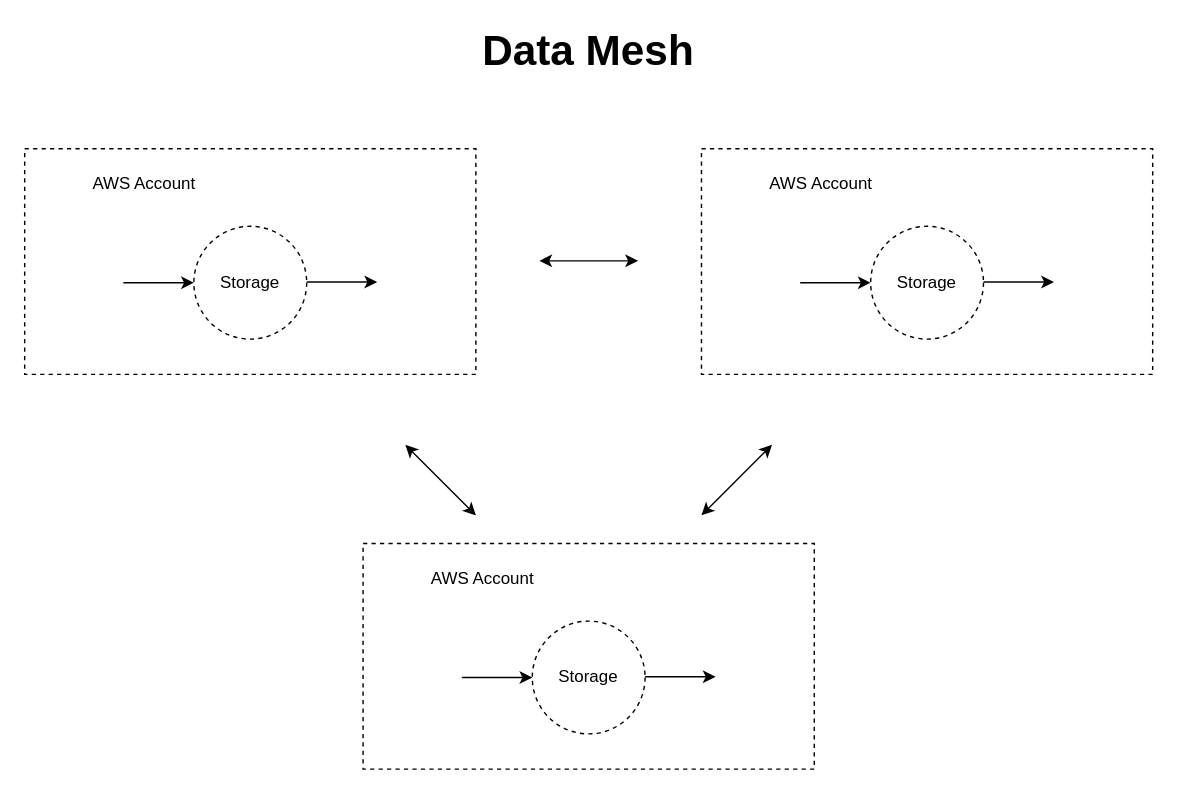
Adam6789/diagrams keeps this draw.io diagram as data_mesh.drawio. Above is the earlier version. Source tidied: cells renumbered, new cells numbered last; positions are measured from the earlier drawing's top-left corner, leaving out a move shared by most shapes. Both pictures are drawn from the tidied source at 141%, with x=0, y=0 at pixel (24, 35).
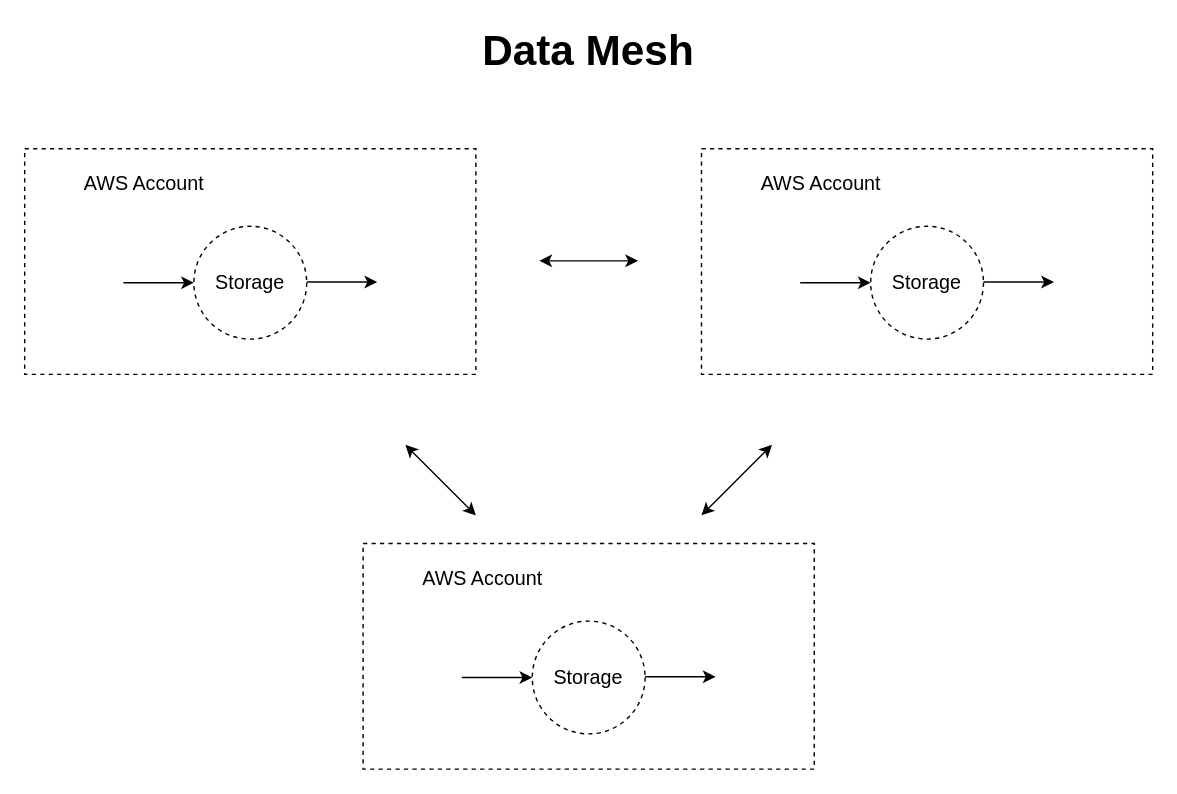
Above is the later version.

Diff of the diagram source:
```diff
@@
-    <mxCell id="3" value="AWS Account" style="text;html=1;strokeColor=none;fillColor=none;align=center;verticalAlign=middle;whiteSpace=wrap;rounded=0;dashed=1;" parent="1" vertex="1">
+    <mxCell id="3" value="AWS Account" style="text;html=1;strokeColor=none;fillColor=none;align=center;verticalAlign=middle;whiteSpace=wrap;rounded=0;dashed=1;fontSize=14;" parent="1" vertex="1">
       <mxGeometry x="280" y="375" width="90" height="20" as="geometry" />
     </mxCell>
@@
-    <mxCell id="5" value="Storage" style="text;html=1;strokeColor=none;fillColor=none;align=center;verticalAlign=middle;whiteSpace=wrap;rounded=0;dashed=1;" parent="1" vertex="1">
+    <mxCell id="5" value="Storage" style="text;html=1;strokeColor=none;fillColor=none;align=center;verticalAlign=middle;whiteSpace=wrap;rounded=0;dashed=1;fontSize=14;" parent="1" vertex="1">
       <mxGeometry x="380" y="445" width="40" height="20" as="geometry" />
     </mxCell>
@@
-    <mxCell id="12" value="AWS Account" style="text;html=1;strokeColor=none;fillColor=none;align=center;verticalAlign=middle;whiteSpace=wrap;rounded=0;dashed=1;" parent="1" vertex="1">
+    <mxCell id="12" value="AWS Account" style="text;html=1;strokeColor=none;fillColor=none;align=center;verticalAlign=middle;whiteSpace=wrap;rounded=0;dashed=1;fontSize=14;" parent="1" vertex="1">
       <mxGeometry x="520" y="95" width="90" height="20" as="geometry" />
     </mxCell>
@@
-    <mxCell id="14" value="Storage" style="text;html=1;strokeColor=none;fillColor=none;align=center;verticalAlign=middle;whiteSpace=wrap;rounded=0;dashed=1;" parent="1" vertex="1">
+    <mxCell id="14" value="Storage" style="text;html=1;strokeColor=none;fillColor=none;align=center;verticalAlign=middle;whiteSpace=wrap;rounded=0;dashed=1;fontSize=14;" parent="1" vertex="1">
       <mxGeometry x="620" y="165" width="40" height="20" as="geometry" />
     </mxCell>
@@
-    <mxCell id="18" value="AWS Account" style="text;html=1;strokeColor=none;fillColor=none;align=center;verticalAlign=middle;whiteSpace=wrap;rounded=0;dashed=1;" parent="1" vertex="1">
+    <mxCell id="18" value="AWS Account" style="text;html=1;strokeColor=none;fillColor=none;align=center;verticalAlign=middle;whiteSpace=wrap;rounded=0;dashed=1;fontSize=14;" parent="1" vertex="1">
       <mxGeometry x="40" y="95" width="90" height="20" as="geometry" />
     </mxCell>
@@
-    <mxCell id="20" value="Storage" style="text;html=1;strokeColor=none;fillColor=none;align=center;verticalAlign=middle;whiteSpace=wrap;rounded=0;dashed=1;" parent="1" vertex="1">
+    <mxCell id="20" value="Storage" style="text;html=1;strokeColor=none;fillColor=none;align=center;verticalAlign=middle;whiteSpace=wrap;rounded=0;dashed=1;fontSize=14;" parent="1" vertex="1">
       <mxGeometry x="140" y="165" width="40" height="20" as="geometry" />
     </mxCell>
```
